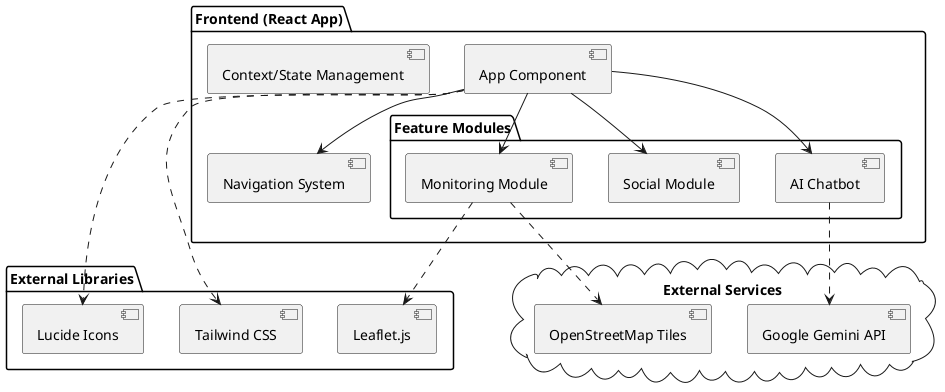
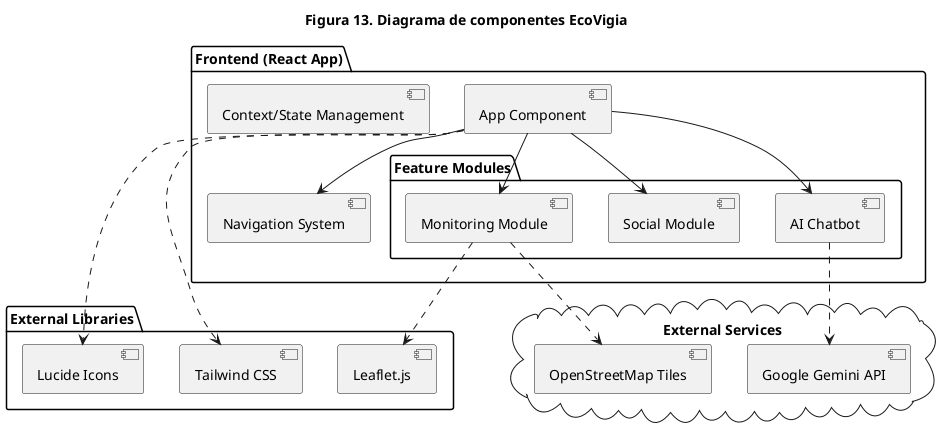
@startuml
+ title Figura 13. Diagrama de componentes EcoVigia
package "Frontend (React App)" {
    [App Component] as App
    [Navigation System] as Nav
    [Context/State Management] as State

    package "Feature Modules" {
        [Monitoring Module] as Mon
        [Social Module] as Soc
        [AI Chatbot] as Bot
    }
}

package "External Libraries" {
    [Leaflet.js] as L
    [Lucide Icons] as Icons
    [Tailwind CSS] as CSS
}

cloud "External Services" {
    [Google Gemini API] as Gemini
    [OpenStreetMap Tiles] as OSM
}

App --> Nav
App --> Mon
App --> Soc
App --> Bot
Mon ..> L
Mon ..> OSM
Bot ..> Gemini
App ..> Icons
App ..> CSS
@enduml